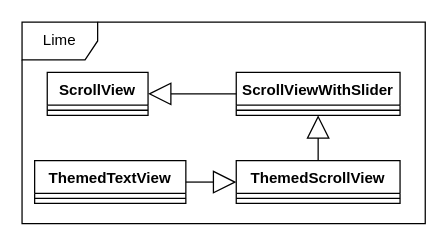
This is diagrams/ScrollView.drawio from kutselabskii/diploma, a draw.io file, before an edit. Source tidied: cells renumbered, new cells numbered last; positions are measured from the earlier drawing's top-left corner, leaving out a move shared by most shapes. Both pictures are drawn from the tidied source at 126%, with x=0, y=0 at pixel (21, 21).
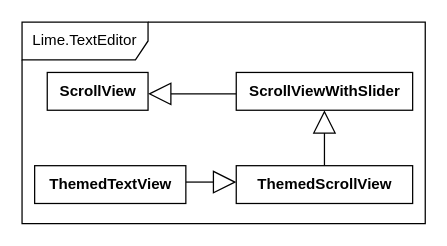
The same page after the edit.

Diff of the diagram source:
```diff
@@
 <mxGraphModel>
   <root>
     <mxCell id="0" />
     <mxCell id="1" parent="0" />
-    <mxCell id="2" value="Lime" style="shape=umlFrame;whiteSpace=wrap;html=1;" parent="1" vertex="1">
+    <mxCell id="2" value="Lime.TextEditor" style="shape=umlFrame;whiteSpace=wrap;html=1;width=100;height=30;" parent="1" vertex="1">
       <mxGeometry width="320" height="160" as="geometry" />
     </mxCell>
-    <mxCell id="3" value="ScrollView" style="swimlane;fontStyle=1;align=center;verticalAlign=top;horizontal=1;startSize=26;" parent="1" vertex="1">
-      <mxGeometry x="20" y="40" width="80" height="34" as="geometry" />
-    </mxCell>
-    <mxCell id="4" style="line;strokeWidth=1;fillColor=none;align=left;verticalAlign=middle;spacingTop=-1;spacingLeft=3;spacingRight=3;labelPosition=right;" parent="3" vertex="1">
-      <mxGeometry y="26" width="80" height="8" as="geometry" />
-    </mxCell>
-    <mxCell id="5" value="ScrollViewWithSlider" style="swimlane;fontStyle=1;align=center;verticalAlign=top;horizontal=1;startSize=26;" parent="1" vertex="1">
-      <mxGeometry x="170" y="40" width="130" height="34" as="geometry" />
-    </mxCell>
-    <mxCell id="6" style="line;strokeWidth=1;fillColor=none;align=left;verticalAlign=middle;spacingTop=-1;spacingLeft=3;spacingRight=3;labelPosition=right;" parent="5" vertex="1">
-      <mxGeometry y="26" width="130" height="8" as="geometry" />
-    </mxCell>
-    <mxCell id="7" value="ThemedScrollView" style="swimlane;fontStyle=1;align=center;verticalAlign=top;horizontal=1;startSize=26;" parent="1" vertex="1">
-      <mxGeometry x="170" y="110" width="130" height="34" as="geometry" />
-    </mxCell>
-    <mxCell id="8" style="line;strokeWidth=1;fillColor=none;align=left;verticalAlign=middle;spacingTop=-1;spacingLeft=3;spacingRight=3;labelPosition=right;" parent="7" vertex="1">
-      <mxGeometry y="26" width="130" height="8" as="geometry" />
-    </mxCell>
-    <mxCell id="9" value="ThemedTextView" style="swimlane;fontStyle=1;align=center;verticalAlign=top;horizontal=1;startSize=26;" parent="1" vertex="1">
-      <mxGeometry x="10" y="110" width="120" height="34" as="geometry" />
-    </mxCell>
-    <mxCell id="10" style="line;strokeWidth=1;fillColor=none;align=left;verticalAlign=middle;spacingTop=-1;spacingLeft=3;spacingRight=3;labelPosition=right;" parent="9" vertex="1">
-      <mxGeometry y="26" width="120" height="8" as="geometry" />
-    </mxCell>
-    <mxCell id="11" style="endArrow=block;endSize=16;endFill=0;html=1;entryX=1;entryY=0.5;entryDx=0;entryDy=0;exitX=0;exitY=0.5;exitDx=0;exitDy=0;" parent="1" edge="1" source="5" target="3">
-      <mxGeometry relative="1" as="geometry" />
+    <mxCell id="11" style="endArrow=block;endSize=16;endFill=0;html=1;entryX=1;entryY=0.5;entryDx=0;entryDy=0;exitX=0;exitY=0.5;exitDx=0;exitDy=0;" parent="1" edge="1">
+      <mxGeometry relative="1" as="geometry">
+        <mxPoint x="170" y="57" as="sourcePoint" />
+        <mxPoint x="100" y="57" as="targetPoint" />
+      </mxGeometry>
     </mxCell>
-    <mxCell id="12" style="endArrow=block;endSize=16;endFill=0;html=1;entryX=0.5;entryY=1;entryDx=0;entryDy=0;exitX=0.5;exitY=0;exitDx=0;exitDy=0;" parent="1" edge="1" source="7" target="5">
+    <mxCell id="12" style="endArrow=block;endSize=16;endFill=0;html=1;exitX=0.5;exitY=0;exitDx=0;exitDy=0;entryX=0.5;entryY=1;entryDx=0;entryDy=0;" parent="1" edge="1" source="7" target="5">
       <mxGeometry relative="1" as="geometry" />
     </mxCell>
-    <mxCell id="13" style="endArrow=block;endSize=16;endFill=0;html=1;entryX=0;entryY=0.5;entryDx=0;entryDy=0;exitX=1;exitY=0.5;exitDx=0;exitDy=0;" parent="1" edge="1" source="9" target="7">
-      <mxGeometry relative="1" as="geometry" />
+    <mxCell id="13" style="endArrow=block;endSize=16;endFill=0;html=1;entryX=0;entryY=0.5;entryDx=0;entryDy=0;exitX=1;exitY=0.5;exitDx=0;exitDy=0;" parent="1" edge="1">
+      <mxGeometry relative="1" as="geometry">
+        <mxPoint x="130" y="127" as="sourcePoint" />
+        <mxPoint x="170" y="127" as="targetPoint" />
+      </mxGeometry>
     </mxCell>
+    <mxCell id="3" value="&lt;div&gt;&lt;b&gt;ScrollView&lt;/b&gt;&lt;/div&gt;" style="html=1;" parent="1" vertex="1">
+      <mxGeometry x="20" y="40" width="80" height="30" as="geometry" />
+    </mxCell>
+    <mxCell id="5" value="&lt;b&gt;ScrollViewWithSlider&lt;/b&gt;" style="html=1;" parent="1" vertex="1">
+      <mxGeometry x="170" y="40" width="140" height="30" as="geometry" />
+    </mxCell>
+    <mxCell id="7" value="&lt;b&gt;ThemedScrollView&lt;/b&gt;" style="html=1;" parent="1" vertex="1">
+      <mxGeometry x="170" y="114" width="140" height="30" as="geometry" />
+    </mxCell>
+    <mxCell id="9" value="&lt;b&gt;ThemedTextView&lt;/b&gt;" style="html=1;" parent="1" vertex="1">
+      <mxGeometry x="10" y="114" width="120" height="30" as="geometry" />
+    </mxCell>
   </root>
 </mxGraphModel>
```
